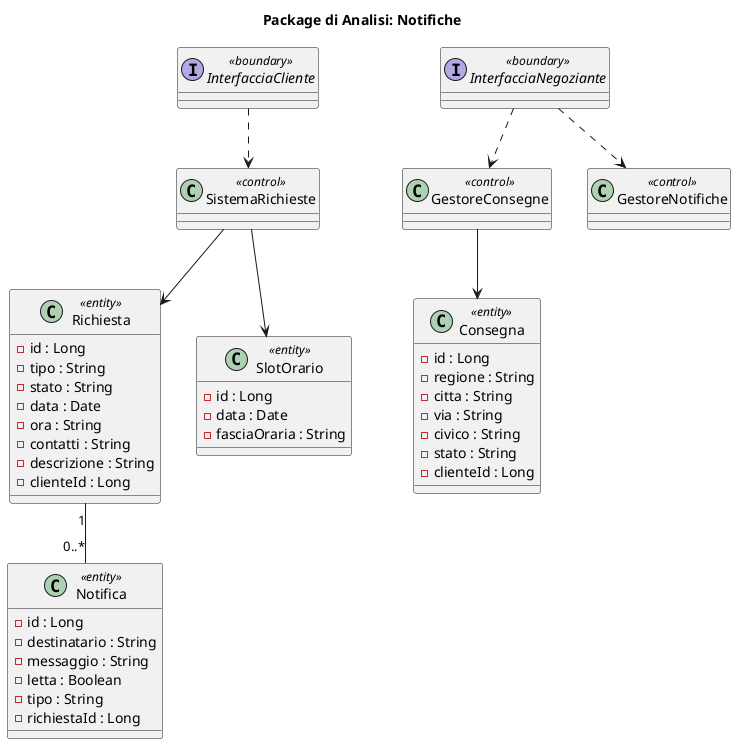
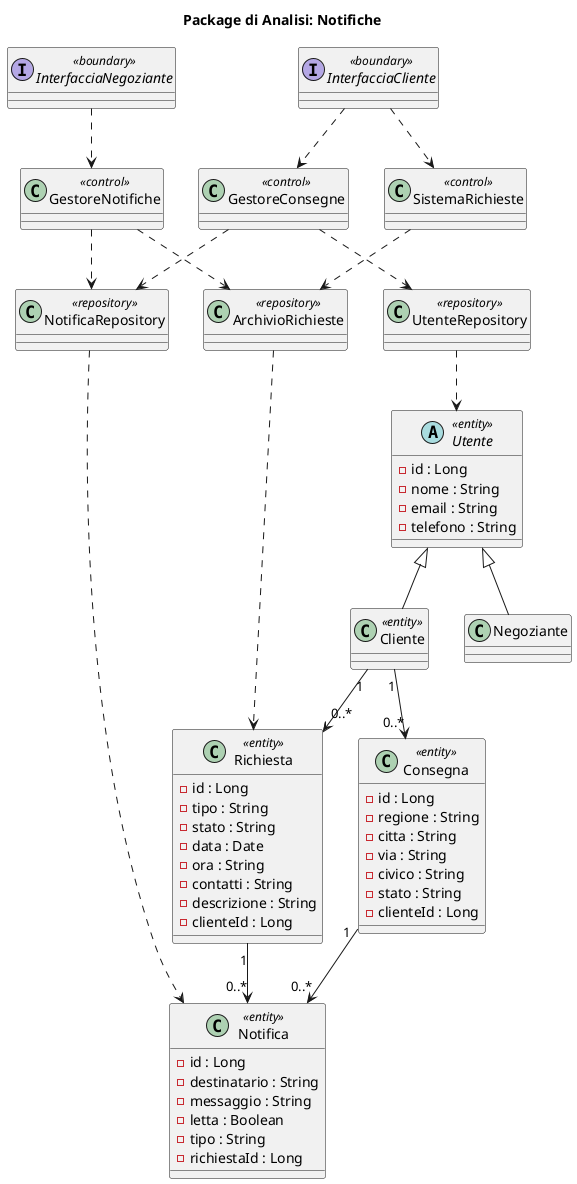
@startuml
title Package di Analisi: Notifiche

' Boundary e Control
interface InterfacciaCliente <<boundary>>
interface InterfacciaNegoziante <<boundary>>
class SistemaRichieste <<control>>
class GestoreConsegne <<control>>
class GestoreNotifiche <<control>>
+ class NotificaRepository <<repository>>
+ class ArchivioRichieste <<repository>>
+ class UtenteRepository <<repository>>
+ class Cliente <<entity>>
+ abstract Utente <<entity>>
+ class Negoziante

- ' Entity
+ abstract class Utente <<entity>> {
+     - id : Long
+     - nome : String
+     - email : String
+     - telefono : String
+ }
class Richiesta <<entity>> {
    - id : Long
    - tipo : String
    - stato : String
    - data : Date
    - ora : String
    - contatti : String
    - descrizione : String
    - clienteId : Long
}

class Consegna <<entity>> {
    - id : Long
    - regione : String
    - citta : String
    - via : String
    - civico : String
    - stato : String
    - clienteId : Long
}

class Notifica <<entity>> {
    - id : Long
    - destinatario : String
    - messaggio : String
    - letta : Boolean
    - tipo : String
    - richiestaId : Long
}

- class SlotOrario <<entity>> {
-     - id : Long
-     - data : Date
-     - fasciaOraria : String
- }

- ' Relazioni
+ InterfacciaNegoziante ..> GestoreNotifiche
+ GestoreNotifiche ..> NotificaRepository
+ GestoreNotifiche ..> ArchivioRichieste
+ NotificaRepository ..> Notifica
+ ArchivioRichieste ..> Richiesta
+ Richiesta "1" --> "0..*" Notifica
+ 
+ 
InterfacciaCliente ..> SistemaRichieste
- InterfacciaNegoziante ..> GestoreConsegne
- InterfacciaNegoziante ..> GestoreNotifiche
+ SistemaRichieste ..> ArchivioRichieste

- SistemaRichieste --> Richiesta
- SistemaRichieste --> SlotOrario
- GestoreConsegne --> Consegna
- Richiesta "1" -- "0..*" Notifica
+ InterfacciaCliente ..> GestoreConsegne
+ GestoreConsegne ..> NotificaRepository
+ 
+ GestoreConsegne ..> UtenteRepository
+ UtenteRepository ..> Utente
+ Utente <|-- Cliente
+ Utente <|-- Negoziante
+ Cliente "1" --> "0..*" Richiesta
+ Cliente "1" --> "0..*" Consegna
+ Consegna "1" --> "0..*" Notifica
+ 
+ 
+ 
@enduml